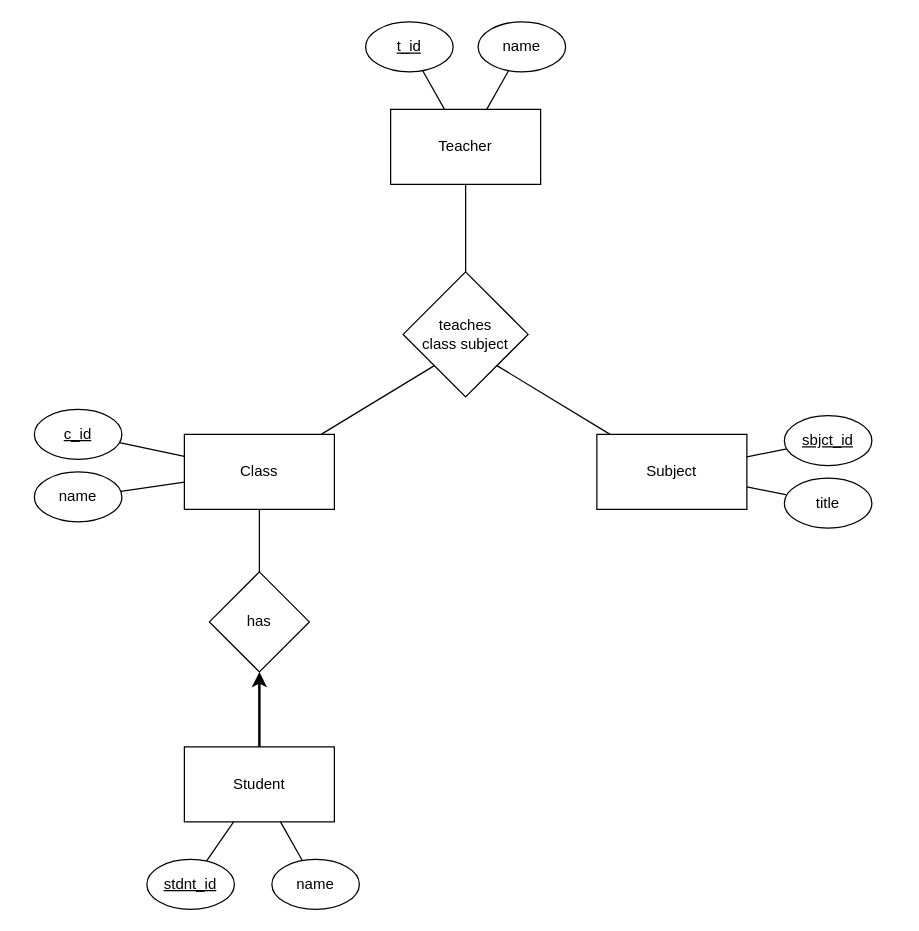
The draw.io diagram documents/ERD.drawio in ironik96/LearnerAcademy, before the edit. Source tidied: cells renumbered, new cells numbered last; positions are measured from the earlier drawing's top-left corner, leaving out a move shared by most shapes. Both pictures are drawn from the tidied source at 125%, with x=0, y=0 at pixel (34, 21).
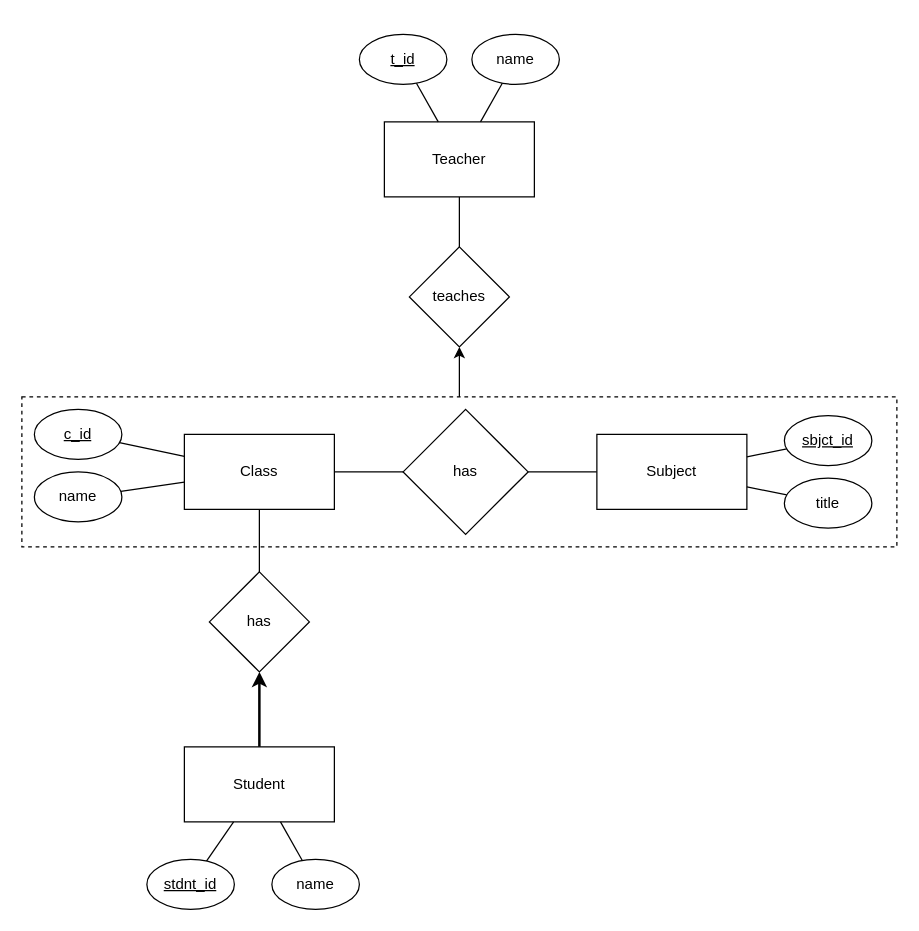
The same page after the edit.

The change refers to these unchanged cells:
```xml
<mxCell id="5" value="Class" style="rounded=0;whiteSpace=wrap;html=1;" parent="1" vertex="1">
  <mxGeometry x="120" y="330" width="120" height="60" as="geometry" />
</mxCell>
<mxCell id="7" value="Subject" style="rounded=0;whiteSpace=wrap;html=1;" parent="1" vertex="1">
  <mxGeometry x="450" y="330" width="120" height="60" as="geometry" />
</mxCell>
```

The edit, as a diff of the source:
```diff
@@
+    <mxCell id="29" style="edgeStyle=orthogonalEdgeStyle;rounded=0;jettySize=auto;html=1;endArrow=classic;endFill=1;" parent="1" edge="1" source="30" target="32">
+      <mxGeometry relative="1" as="geometry" />
+    </mxCell>
+    <mxCell id="30" style="rounded=0;whiteSpace=wrap;html=1;dashed=1;" parent="1" vertex="1">
+      <mxGeometry x="-10" y="300" width="700" height="120" as="geometry" />
+    </mxCell>
+    <mxCell id="31" style="edgeStyle=orthogonalEdgeStyle;rounded=0;jettySize=auto;html=1;endArrow=none;endFill=0;" parent="1" edge="1" source="2" target="32">
+      <mxGeometry relative="1" as="geometry" />
+    </mxCell>
     <mxCell id="2" value="Teacher" style="rounded=0;whiteSpace=wrap;html=1;" parent="1" vertex="1">
-      <mxGeometry x="285" y="70" width="120" height="60" as="geometry" />
+      <mxGeometry x="280" y="80" width="120" height="60" as="geometry" />
     </mxCell>
@@
-    <mxCell id="4" style="edgeStyle=none;rounded=0;jettySize=auto;html=1;entryX=0;entryY=1;entryDx=0;entryDy=0;endArrow=none;endFill=0;" parent="1" edge="1" source="5" target="11">
+    <mxCell id="4" style="edgeStyle=orthogonalEdgeStyle;rounded=0;jettySize=auto;html=1;endArrow=none;endFill=0;" parent="1" edge="1" source="5" target="11">
       <mxGeometry relative="1" as="geometry" />
     </mxCell>
@@
-    <mxCell id="6" style="rounded=0;jettySize=auto;html=1;entryX=1;entryY=1;entryDx=0;entryDy=0;endArrow=none;endFill=0;" parent="1" edge="1" source="7" target="11">
+    <mxCell id="6" style="edgeStyle=orthogonalEdgeStyle;rounded=0;jettySize=auto;html=1;endArrow=none;endFill=0;" parent="1" edge="1" source="7" target="11">
       <mxGeometry relative="1" as="geometry" />
     </mxCell>
@@
-    <mxCell id="10" style="edgeStyle=none;rounded=0;jettySize=auto;html=1;strokeWidth=1;startArrow=none;startFill=0;endArrow=none;endFill=0;" parent="1" edge="1" source="11" target="2">
-      <mxGeometry relative="1" as="geometry" />
-    </mxCell>
-    <mxCell id="11" value="teaches &lt;br&gt;class subject" style="rhombus;whiteSpace=wrap;html=1;" parent="1" vertex="1">
-      <mxGeometry x="295" y="200" width="100" height="100" as="geometry" />
+    <mxCell id="11" value="has" style="rhombus;whiteSpace=wrap;html=1;" parent="1" vertex="1">
+      <mxGeometry x="295" y="310" width="100" height="100" as="geometry" />
     </mxCell>
@@
     <mxCell id="14" value="&lt;u&gt;t_id&lt;/u&gt;" style="ellipse;whiteSpace=wrap;html=1;" parent="1" vertex="1">
-      <mxGeometry x="265" width="70" height="40" as="geometry" />
+      <mxGeometry x="260" y="10" width="70" height="40" as="geometry" />
     </mxCell>
@@
     <mxCell id="22" value="name" style="ellipse;whiteSpace=wrap;html=1;" parent="1" vertex="1">
-      <mxGeometry x="355" width="70" height="40" as="geometry" />
+      <mxGeometry x="350" y="10" width="70" height="40" as="geometry" />
     </mxCell>
@@
+    <mxCell id="32" value="teaches" style="rhombus;whiteSpace=wrap;html=1;" parent="1" vertex="1">
+      <mxGeometry x="300" y="180" width="80" height="80" as="geometry" />
+    </mxCell>
```
